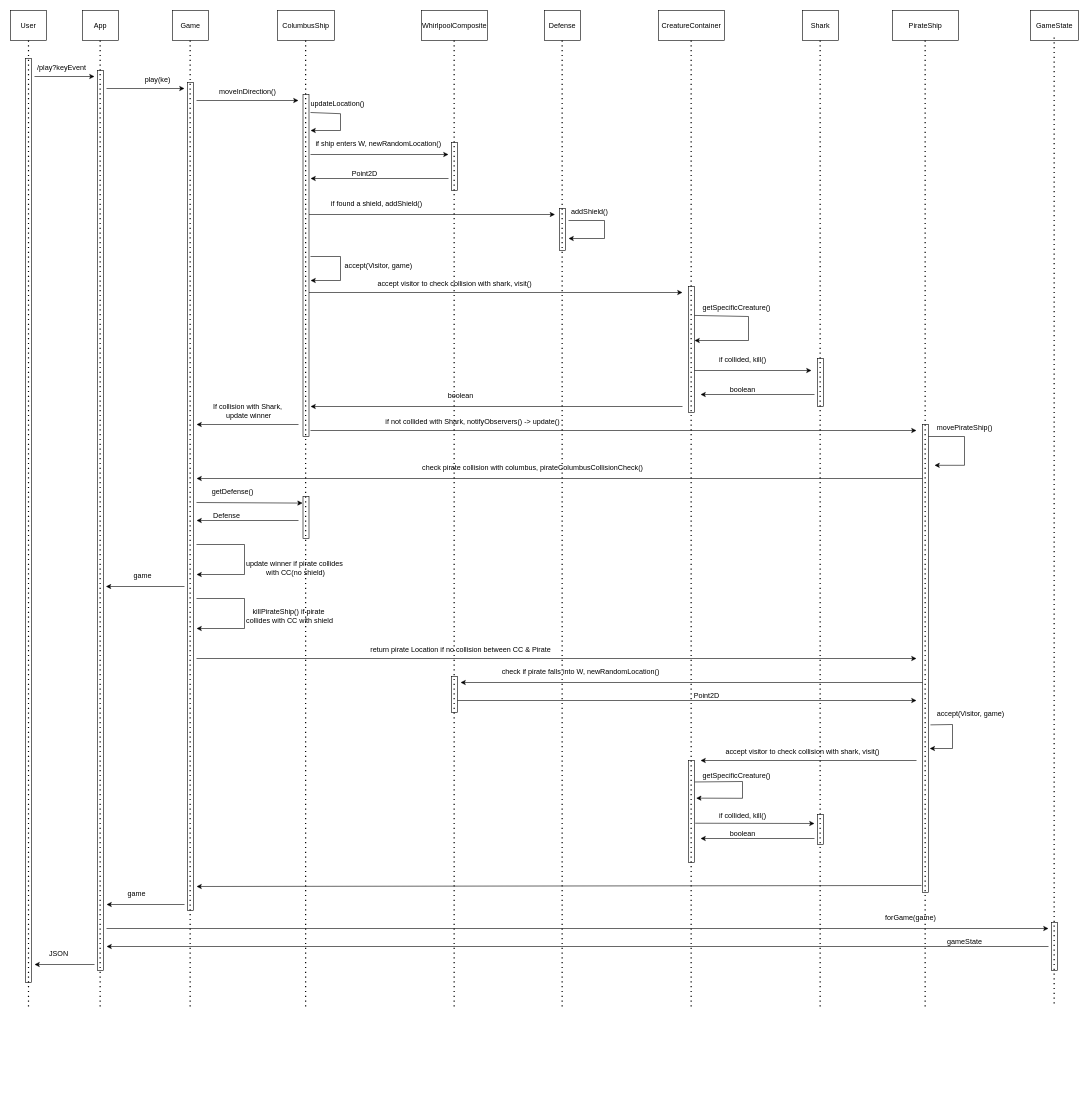
Before: Sequence Diagrams/play.drawio in CSCI-513-Spring25/final-project-group-projects-dinesh-venkata, a draw.io diagram. Source tidied: cells renumbered, new cells numbered last; positions are measured from the earlier drawing's top-left corner, leaving out a move shared by most shapes. Both pictures are drawn from the tidied source at 60%, with x=0, y=0 at pixel (10, 10).
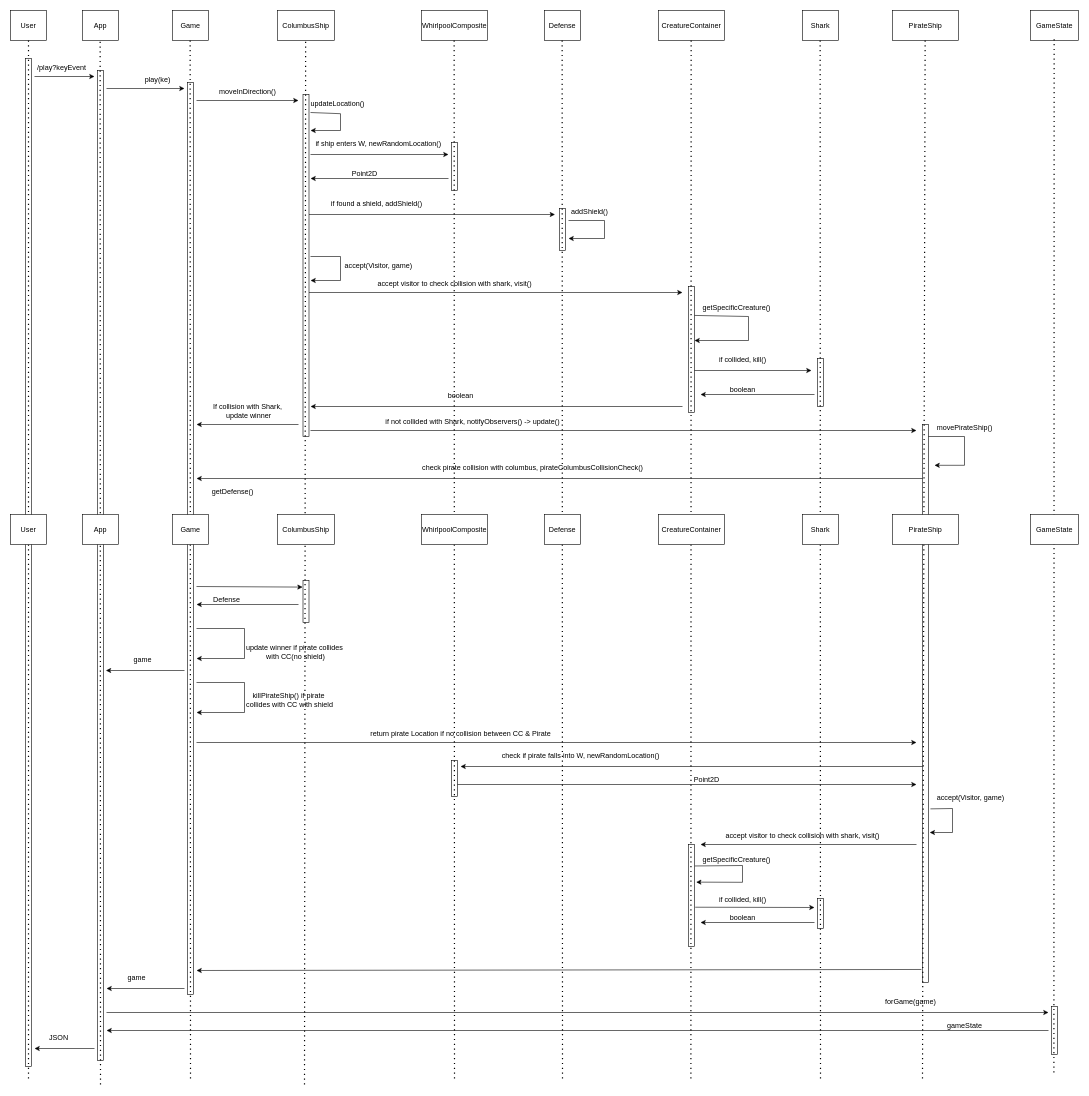
Above is the later version.

Commit message (it also covers changes not shown here):
Adding more code comments and adjusting Sequence diagram

Unchanged cells that the change refers to:
```xml
<mxCell id="2" value="User" style="rounded=0;whiteSpace=wrap;html=1;" parent="1" vertex="1">
  <mxGeometry width="60" height="50" as="geometry" />
</mxCell>
```

Change to the diagram source:
```diff
@@
     <mxCell id="7" style="rounded=0;whiteSpace=wrap;html=1;" parent="1" vertex="1">
-      <mxGeometry x="25" y="80" width="10" height="1540" as="geometry" />
+      <mxGeometry x="25" y="80" width="10" height="1680" as="geometry" />
     </mxCell>
     <mxCell id="8" style="rounded=0;whiteSpace=wrap;html=1;" parent="1" vertex="1">
-      <mxGeometry x="145" y="100" width="10" height="1500" as="geometry" />
+      <mxGeometry x="145" y="100" width="10" height="1650" as="geometry" />
     </mxCell>
@@
     <mxCell id="11" style="rounded=0;whiteSpace=wrap;html=1;" parent="1" vertex="1">
-      <mxGeometry x="295" y="120" width="10" height="1380" as="geometry" />
+      <mxGeometry x="295" y="120" width="10" height="1520" as="geometry" />
     </mxCell>
@@
     <mxCell id="49" style="rounded=0;whiteSpace=wrap;html=1;" parent="1" vertex="1">
-      <mxGeometry x="1520" y="690" width="10" height="780" as="geometry" />
+      <mxGeometry x="1520" y="690" width="10" height="930" as="geometry" />
     </mxCell>
@@
     <mxCell id="56" style="rounded=0;whiteSpace=wrap;html=1;" parent="1" vertex="1">
-      <mxGeometry x="487.5" y="810" width="10" height="70" as="geometry" />
+      <mxGeometry x="487.5" y="950" width="10" height="70" as="geometry" />
     </mxCell>
     <mxCell id="57" style="endArrow=classic;html=1;rounded=0;entryX=-0.07;entryY=0.157;entryDx=0;entryDy=0;entryPerimeter=0;" parent="1" edge="1" target="56">
       <mxGeometry relative="1" as="geometry">
-        <mxPoint x="310" y="820" as="sourcePoint" />
+        <mxPoint x="310" y="960" as="sourcePoint" />
       </mxGeometry>
     </mxCell>
@@
     <mxCell id="59" style="endArrow=classic;html=1;rounded=0;" parent="1" edge="1">
       <mxGeometry relative="1" as="geometry">
-        <mxPoint x="480" y="850" as="sourcePoint" />
-        <mxPoint x="310" y="850" as="targetPoint" />
+        <mxPoint x="480" y="990" as="sourcePoint" />
+        <mxPoint x="310" y="990" as="targetPoint" />
       </mxGeometry>
     </mxCell>
     <mxCell id="60" value="Defense" style="text;html=1;align=center;verticalAlign=middle;strokeColor=none;fillColor=none;" parent="1" vertex="1">
-      <mxGeometry x="325" y="828" width="70" height="30" as="geometry" />
+      <mxGeometry x="325" y="968" width="70" height="30" as="geometry" />
     </mxCell>
     <mxCell id="61" style="endArrow=classic;html=1;rounded=0;" parent="1" edge="1">
       <mxGeometry relative="1" as="geometry">
-        <mxPoint x="310" y="890" as="sourcePoint" />
-        <mxPoint x="310" y="940" as="targetPoint" />
+        <mxPoint x="310" y="1030" as="sourcePoint" />
+        <mxPoint x="310" y="1080" as="targetPoint" />
         <Array as="points">
-          <mxPoint x="390" y="890" />
-          <mxPoint x="390" y="940" />
+          <mxPoint x="390" y="1030" />
+          <mxPoint x="390" y="1080" />
         </Array>
       </mxGeometry>
     </mxCell>
     <mxCell id="62" value="update winner if pirate collides&amp;nbsp;&lt;div&gt;with CC(no shield)&lt;/div&gt;" style="text;html=1;align=center;verticalAlign=middle;strokeColor=none;fillColor=none;" parent="1" vertex="1">
-      <mxGeometry x="380" y="910" width="190" height="40" as="geometry" />
+      <mxGeometry x="380" y="1050" width="190" height="40" as="geometry" />
     </mxCell>
     <mxCell id="63" style="endArrow=classic;html=1;rounded=0;" parent="1" edge="1">
       <mxGeometry relative="1" as="geometry">
-        <mxPoint x="310" y="980" as="sourcePoint" />
-        <mxPoint x="310" y="1030" as="targetPoint" />
+        <mxPoint x="310" y="1120" as="sourcePoint" />
+        <mxPoint x="310" y="1170" as="targetPoint" />
         <Array as="points">
-          <mxPoint x="390" y="980" />
-          <mxPoint x="390" y="1030" />
+          <mxPoint x="390" y="1120" />
+          <mxPoint x="390" y="1170" />
         </Array>
       </mxGeometry>
     </mxCell>
     <mxCell id="64" value="killPirateShip() if pirate&amp;nbsp;&lt;div&gt;collides with CC with shield&lt;/div&gt;" style="text;html=1;align=center;verticalAlign=middle;strokeColor=none;fillColor=none;" parent="1" vertex="1">
-      <mxGeometry x="380" y="990" width="170" height="40" as="geometry" />
+      <mxGeometry x="380" y="1130" width="170" height="40" as="geometry" />
     </mxCell>
     <mxCell id="65" style="endArrow=classic;html=1;rounded=0;" parent="1" edge="1">
       <mxGeometry relative="1" as="geometry">
-        <mxPoint x="310" y="1080" as="sourcePoint" />
-        <mxPoint x="1510" y="1080" as="targetPoint" />
+        <mxPoint x="310" y="1220" as="sourcePoint" />
+        <mxPoint x="1510" y="1220" as="targetPoint" />
       </mxGeometry>
     </mxCell>
     <mxCell id="66" value="return pirate Location if no collision between CC &amp;amp; Pirate" style="text;html=1;align=center;verticalAlign=middle;strokeColor=none;fillColor=none;" parent="1" vertex="1">
-      <mxGeometry x="590" y="1050" width="320" height="30" as="geometry" />
+      <mxGeometry x="590" y="1190" width="320" height="30" as="geometry" />
     </mxCell>
     <mxCell id="67" style="rounded=0;whiteSpace=wrap;html=1;" parent="1" vertex="1">
-      <mxGeometry x="735" y="1110" width="10" height="60" as="geometry" />
+      <mxGeometry x="735" y="1250" width="10" height="60" as="geometry" />
     </mxCell>
     <mxCell id="68" style="endArrow=classic;html=1;rounded=0;" parent="1" edge="1">
       <mxGeometry relative="1" as="geometry">
-        <mxPoint x="1520" y="1120" as="sourcePoint" />
-        <mxPoint x="750" y="1120" as="targetPoint" />
+        <mxPoint x="1520" y="1260" as="sourcePoint" />
+        <mxPoint x="750" y="1260" as="targetPoint" />
       </mxGeometry>
     </mxCell>
     <mxCell id="69" value="check if pirate falls into W, newRandomLocation()" style="text;html=1;align=center;verticalAlign=middle;strokeColor=none;fillColor=none;" parent="1" vertex="1">
-      <mxGeometry x="805" y="1088" width="290" height="30" as="geometry" />
+      <mxGeometry x="805" y="1228" width="290" height="30" as="geometry" />
     </mxCell>
     <mxCell id="70" style="endArrow=classic;html=1;rounded=0;" parent="1" edge="1">
       <mxGeometry relative="1" as="geometry">
-        <mxPoint x="745" y="1150" as="sourcePoint" />
-        <mxPoint x="1510" y="1150" as="targetPoint" />
+        <mxPoint x="745" y="1290" as="sourcePoint" />
+        <mxPoint x="1510" y="1290" as="targetPoint" />
       </mxGeometry>
     </mxCell>
     <mxCell id="71" value="Point2D" style="text;html=1;align=center;verticalAlign=middle;strokeColor=none;fillColor=none;" parent="1" vertex="1">
-      <mxGeometry x="1125" y="1128" width="70" height="30" as="geometry" />
+      <mxGeometry x="1125" y="1268" width="70" height="30" as="geometry" />
     </mxCell>
     <mxCell id="72" style="rounded=0;whiteSpace=wrap;html=1;" parent="1" vertex="1">
-      <mxGeometry x="1130" y="1250" width="10" height="170" as="geometry" />
+      <mxGeometry x="1130" y="1390" width="10" height="170" as="geometry" />
     </mxCell>
     <mxCell id="73" value="accept(Visitor, game)" style="text;html=1;align=center;verticalAlign=middle;points=[];strokeColor=none;fillColor=none;" parent="1" vertex="1">
-      <mxGeometry x="1530" y="1158" width="140" height="30" as="geometry" />
+      <mxGeometry x="1530" y="1298" width="140" height="30" as="geometry" />
     </mxCell>
     <mxCell id="74" style="endArrow=classic;html=1;rounded=0;exitX=0.023;exitY=1.087;exitDx=0;exitDy=0;exitPerimeter=0;" parent="1" edge="1" source="73">
       <mxGeometry relative="1" as="geometry">
-        <mxPoint x="1532" y="1230" as="targetPoint" />
+        <mxPoint x="1532" y="1370" as="targetPoint" />
         <Array as="points">
-          <mxPoint x="1570" y="1190" />
-          <mxPoint x="1570" y="1230" />
+          <mxPoint x="1570" y="1330" />
+          <mxPoint x="1570" y="1370" />
         </Array>
       </mxGeometry>
     </mxCell>
     <mxCell id="75" style="endArrow=classic;html=1;rounded=0;" parent="1" edge="1">
       <mxGeometry relative="1" as="geometry">
-        <mxPoint x="1510" y="1250" as="sourcePoint" />
-        <mxPoint x="1150" y="1250" as="targetPoint" />
+        <mxPoint x="1510" y="1390" as="sourcePoint" />
+        <mxPoint x="1150" y="1390" as="targetPoint" />
       </mxGeometry>
     </mxCell>
     <mxCell id="76" value="accept visitor to check collision with shark, visit()" style="text;html=1;align=center;verticalAlign=middle;strokeColor=none;fillColor=none;" parent="1" vertex="1">
-      <mxGeometry x="1180" y="1220" width="280" height="30" as="geometry" />
+      <mxGeometry x="1180" y="1360" width="280" height="30" as="geometry" />
     </mxCell>
     <mxCell id="77" style="endArrow=classic;html=1;rounded=0;exitX=0.003;exitY=0.86;exitDx=0;exitDy=0;exitPerimeter=0;entryX=1.28;entryY=0.369;entryDx=0;entryDy=0;entryPerimeter=0;" parent="1" edge="1" source="78" target="72">
       <mxGeometry relative="1" as="geometry">
         <Array as="points">
-          <mxPoint x="1220" y="1285" />
-          <mxPoint x="1220" y="1313" />
+          <mxPoint x="1220" y="1425" />
+          <mxPoint x="1220" y="1453" />
         </Array>
       </mxGeometry>
     </mxCell>
     <mxCell id="78" value="getSpecificCreature()" style="text;html=1;align=center;verticalAlign=middle;points=[];strokeColor=none;fillColor=none;" parent="1" vertex="1">
-      <mxGeometry x="1140" y="1260" width="140" height="30" as="geometry" />
+      <mxGeometry x="1140" y="1400" width="140" height="30" as="geometry" />
     </mxCell>
     <mxCell id="79" style="rounded=0;whiteSpace=wrap;html=1;" parent="1" vertex="1">
-      <mxGeometry x="1345" y="1340" width="10" height="50" as="geometry" />
+      <mxGeometry x="1345" y="1480" width="10" height="50" as="geometry" />
     </mxCell>
     <mxCell id="80" style="endArrow=classic;html=1;rounded=0;exitX=1.12;exitY=0.615;exitDx=0;exitDy=0;exitPerimeter=0;" parent="1" edge="1" source="72">
       <mxGeometry relative="1" as="geometry">
-        <mxPoint x="1340" y="1355" as="targetPoint" />
+        <mxPoint x="1340" y="1495" as="targetPoint" />
       </mxGeometry>
     </mxCell>
     <mxCell id="81" value="if collided, kill()" style="text;html=1;align=center;verticalAlign=middle;strokeColor=none;fillColor=none;" parent="1" vertex="1">
-      <mxGeometry x="1170" y="1328" width="100" height="30" as="geometry" />
+      <mxGeometry x="1170" y="1468" width="100" height="30" as="geometry" />
     </mxCell>
     <mxCell id="82" style="endArrow=classic;html=1;rounded=0;" parent="1" edge="1">
       <mxGeometry relative="1" as="geometry">
-        <mxPoint x="1340" y="1380" as="sourcePoint" />
-        <mxPoint x="1150" y="1380" as="targetPoint" />
+        <mxPoint x="1340" y="1520" as="sourcePoint" />
+        <mxPoint x="1150" y="1520" as="targetPoint" />
       </mxGeometry>
     </mxCell>
     <mxCell id="83" value="boolean" style="text;html=1;align=center;verticalAlign=middle;strokeColor=none;fillColor=none;" parent="1" vertex="1">
-      <mxGeometry x="1185" y="1358" width="70" height="30" as="geometry" />
+      <mxGeometry x="1185" y="1498" width="70" height="30" as="geometry" />
     </mxCell>
-    <mxCell id="84" style="endArrow=classic;html=1;rounded=0;exitX=-0.178;exitY=0.985;exitDx=0;exitDy=0;exitPerimeter=0;" parent="1" edge="1" source="49">
+    <mxCell id="84" style="endArrow=classic;html=1;rounded=0;exitX=-0.178;exitY=0.985;exitDx=0;exitDy=0;exitPerimeter=0;" parent="1" edge="1">
       <mxGeometry relative="1" as="geometry">
-        <mxPoint x="310" y="1460" as="targetPoint" />
+        <mxPoint x="1518.2" y="1598.3" as="sourcePoint" />
+        <mxPoint x="310" y="1600" as="targetPoint" />
       </mxGeometry>
     </mxCell>
     <mxCell id="85" style="endArrow=classic;html=1;rounded=0;" parent="1" edge="1">
       <mxGeometry relative="1" as="geometry">
-        <mxPoint x="290" y="1490" as="sourcePoint" />
-        <mxPoint x="160" y="1490" as="targetPoint" />
+        <mxPoint x="290" y="1630" as="sourcePoint" />
+        <mxPoint x="160" y="1630" as="targetPoint" />
       </mxGeometry>
     </mxCell>
     <mxCell id="86" value="game" style="text;html=1;align=center;verticalAlign=middle;strokeColor=none;fillColor=none;" parent="1" vertex="1">
-      <mxGeometry x="185" y="1458" width="50" height="30" as="geometry" />
+      <mxGeometry x="185" y="1598" width="50" height="30" as="geometry" />
     </mxCell>
@@
     <mxCell id="88" style="endArrow=classic;html=1;rounded=0;" parent="1" edge="1">
       <mxGeometry relative="1" as="geometry">
-        <mxPoint x="160" y="1530" as="sourcePoint" />
-        <mxPoint x="1730" y="1530" as="targetPoint" />
+        <mxPoint x="160" y="1670" as="sourcePoint" />
+        <mxPoint x="1730" y="1670" as="targetPoint" />
       </mxGeometry>
     </mxCell>
     <mxCell id="89" style="rounded=0;whiteSpace=wrap;html=1;" parent="1" vertex="1">
-      <mxGeometry x="1735" y="1520" width="10" height="80" as="geometry" />
+      <mxGeometry x="1735" y="1660" width="10" height="80" as="geometry" />
     </mxCell>
     <mxCell id="90" value="forGame(game)" style="text;html=1;align=center;verticalAlign=middle;strokeColor=none;fillColor=none;" parent="1" vertex="1">
-      <mxGeometry x="1445" y="1498" width="110" height="30" as="geometry" />
+      <mxGeometry x="1445" y="1638" width="110" height="30" as="geometry" />
     </mxCell>
     <mxCell id="91" style="endArrow=classic;html=1;rounded=0;" parent="1" edge="1">
       <mxGeometry relative="1" as="geometry">
-        <mxPoint x="1730" y="1560" as="sourcePoint" />
-        <mxPoint x="160" y="1560" as="targetPoint" />
+        <mxPoint x="1730" y="1700" as="sourcePoint" />
+        <mxPoint x="160" y="1700" as="targetPoint" />
       </mxGeometry>
     </mxCell>
     <mxCell id="92" value="gameState" style="text;html=1;align=center;verticalAlign=middle;strokeColor=none;fillColor=none;" parent="1" vertex="1">
-      <mxGeometry x="1550" y="1538" width="80" height="30" as="geometry" />
+      <mxGeometry x="1550" y="1678" width="80" height="30" as="geometry" />
     </mxCell>
     <mxCell id="93" style="endArrow=classic;html=1;rounded=0;" parent="1" edge="1">
       <mxGeometry relative="1" as="geometry">
-        <mxPoint x="140" y="1590" as="sourcePoint" />
-        <mxPoint x="40" y="1590" as="targetPoint" />
+        <mxPoint x="140" y="1730" as="sourcePoint" />
+        <mxPoint x="40" y="1730" as="targetPoint" />
       </mxGeometry>
     </mxCell>
     <mxCell id="94" value="JSON" style="text;html=1;align=center;verticalAlign=middle;strokeColor=none;fillColor=none;" parent="1" vertex="1">
-      <mxGeometry x="50" y="1558" width="60" height="30" as="geometry" />
+      <mxGeometry x="50" y="1698" width="60" height="30" as="geometry" />
     </mxCell>
     <mxCell id="95" style="endArrow=none;dashed=1;html=1;dashPattern=1 3;strokeWidth=2;rounded=0;entryX=0.5;entryY=1;entryDx=0;entryDy=0;" parent="1" edge="1" target="2">
       <mxGeometry relative="1" as="geometry">
-        <mxPoint x="30" y="1660" as="sourcePoint" />
+        <mxPoint x="30" y="1780" as="sourcePoint" />
       </mxGeometry>
     </mxCell>
     <mxCell id="96" style="endArrow=none;dashed=1;html=1;dashPattern=1 3;strokeWidth=2;rounded=0;entryX=0.5;entryY=1;entryDx=0;entryDy=0;" parent="1" edge="1">
       <mxGeometry relative="1" as="geometry">
-        <mxPoint x="149.4" y="1660" as="sourcePoint" />
+        <mxPoint x="150" y="1790" as="sourcePoint" />
         <mxPoint x="149.4" y="50" as="targetPoint" />
       </mxGeometry>
     </mxCell>
     <mxCell id="97" style="endArrow=none;dashed=1;html=1;dashPattern=1 3;strokeWidth=2;rounded=0;entryX=0.5;entryY=1;entryDx=0;entryDy=0;" parent="1" edge="1">
       <mxGeometry relative="1" as="geometry">
-        <mxPoint x="299.4" y="1660" as="sourcePoint" />
+        <mxPoint x="300" y="1780" as="sourcePoint" />
         <mxPoint x="299.4" y="50" as="targetPoint" />
       </mxGeometry>
     </mxCell>
     <mxCell id="98" style="endArrow=none;dashed=1;html=1;dashPattern=1 3;strokeWidth=2;rounded=0;entryX=0.5;entryY=1;entryDx=0;entryDy=0;" parent="1" edge="1">
       <mxGeometry relative="1" as="geometry">
-        <mxPoint x="491.9" y="1660" as="sourcePoint" />
+        <mxPoint x="490" y="1790" as="sourcePoint" />
         <mxPoint x="491.9" y="50" as="targetPoint" />
       </mxGeometry>
     </mxCell>
     <mxCell id="99" style="endArrow=none;dashed=1;html=1;dashPattern=1 3;strokeWidth=2;rounded=0;entryX=0.5;entryY=1;entryDx=0;entryDy=0;" parent="1" edge="1">
       <mxGeometry relative="1" as="geometry">
-        <mxPoint x="739.4" y="1660" as="sourcePoint" />
+        <mxPoint x="740" y="1780" as="sourcePoint" />
         <mxPoint x="739.4" y="50" as="targetPoint" />
       </mxGeometry>
     </mxCell>
     <mxCell id="100" style="endArrow=none;dashed=1;html=1;dashPattern=1 3;strokeWidth=2;rounded=0;entryX=0.5;entryY=1;entryDx=0;entryDy=0;" parent="1" edge="1">
       <mxGeometry relative="1" as="geometry">
-        <mxPoint x="919.4" y="1660" as="sourcePoint" />
+        <mxPoint x="920" y="1780" as="sourcePoint" />
         <mxPoint x="919.4" y="50" as="targetPoint" />
       </mxGeometry>
     </mxCell>
     <mxCell id="101" style="endArrow=none;dashed=1;html=1;dashPattern=1 3;strokeWidth=2;rounded=0;entryX=0.5;entryY=1;entryDx=0;entryDy=0;" parent="1" edge="1">
       <mxGeometry relative="1" as="geometry">
-        <mxPoint x="1134.4" y="1660" as="sourcePoint" />
+        <mxPoint x="1134" y="1780" as="sourcePoint" />
         <mxPoint x="1134.4" y="50" as="targetPoint" />
       </mxGeometry>
     </mxCell>
     <mxCell id="102" style="endArrow=none;dashed=1;html=1;dashPattern=1 3;strokeWidth=2;rounded=0;entryX=0.5;entryY=1;entryDx=0;entryDy=0;" parent="1" edge="1">
       <mxGeometry relative="1" as="geometry">
-        <mxPoint x="1349.4" y="1660" as="sourcePoint" />
+        <mxPoint x="1350" y="1780" as="sourcePoint" />
         <mxPoint x="1349.4" y="50" as="targetPoint" />
       </mxGeometry>
     </mxCell>
     <mxCell id="103" style="endArrow=none;dashed=1;html=1;dashPattern=1 3;strokeWidth=2;rounded=0;entryX=0.5;entryY=1;entryDx=0;entryDy=0;" parent="1" edge="1">
       <mxGeometry relative="1" as="geometry">
-        <mxPoint x="1524.4" y="1660" as="sourcePoint" />
+        <mxPoint x="1520" y="1780" as="sourcePoint" />
         <mxPoint x="1524.4" y="50" as="targetPoint" />
       </mxGeometry>
     </mxCell>
     <mxCell id="104" style="endArrow=none;dashed=1;html=1;dashPattern=1 3;strokeWidth=2;rounded=0;entryX=0.5;entryY=1;entryDx=0;entryDy=0;" parent="1" edge="1">
       <mxGeometry relative="1" as="geometry">
-        <mxPoint x="1739.4" y="1655" as="sourcePoint" />
+        <mxPoint x="1739" y="1770" as="sourcePoint" />
         <mxPoint x="1739.4" y="45" as="targetPoint" />
       </mxGeometry>
     </mxCell>
     <mxCell id="105" style="endArrow=classic;html=1;rounded=0;" parent="1" edge="1">
       <mxGeometry relative="1" as="geometry">
-        <mxPoint x="290" y="960" as="sourcePoint" />
-        <mxPoint x="159" y="960" as="targetPoint" />
+        <mxPoint x="290" y="1100" as="sourcePoint" />
+        <mxPoint x="159" y="1100" as="targetPoint" />
       </mxGeometry>
     </mxCell>
     <mxCell id="106" value="game" style="text;html=1;align=center;verticalAlign=middle;strokeColor=none;fillColor=none;" parent="1" vertex="1">
-      <mxGeometry x="195" y="928" width="50" height="30" as="geometry" />
+      <mxGeometry x="195" y="1068" width="50" height="30" as="geometry" />
     </mxCell>
+    <mxCell id="107" value="User" style="rounded=0;whiteSpace=wrap;html=1;" parent="1" vertex="1">
+      <mxGeometry y="840" width="60" height="50" as="geometry" />
+    </mxCell>
+    <mxCell id="108" value="Defense" style="rounded=0;whiteSpace=wrap;html=1;" parent="1" vertex="1">
+      <mxGeometry x="890" y="840" width="60" height="50" as="geometry" />
+    </mxCell>
+    <mxCell id="109" value="Game" style="rounded=0;whiteSpace=wrap;html=1;" parent="1" vertex="1">
+      <mxGeometry x="270" y="840" width="60" height="50" as="geometry" />
+    </mxCell>
+    <mxCell id="110" value="ColumbusShip" style="rounded=0;whiteSpace=wrap;html=1;" parent="1" vertex="1">
+      <mxGeometry x="445" y="840" width="95" height="50" as="geometry" />
+    </mxCell>
+    <mxCell id="111" value="App" style="rounded=0;whiteSpace=wrap;html=1;" parent="1" vertex="1">
+      <mxGeometry x="120" y="840" width="60" height="50" as="geometry" />
+    </mxCell>
+    <mxCell id="112" value="WhirlpoolComposite" style="rounded=0;whiteSpace=wrap;html=1;" parent="1" vertex="1">
+      <mxGeometry x="685" y="840" width="110" height="50" as="geometry" />
+    </mxCell>
+    <mxCell id="113" value="CreatureContainer" style="rounded=0;whiteSpace=wrap;html=1;" parent="1" vertex="1">
+      <mxGeometry x="1080" y="840" width="110" height="50" as="geometry" />
+    </mxCell>
+    <mxCell id="114" value="Shark" style="rounded=0;whiteSpace=wrap;html=1;" parent="1" vertex="1">
+      <mxGeometry x="1320" y="840" width="60" height="50" as="geometry" />
+    </mxCell>
+    <mxCell id="115" value="PirateShip" style="rounded=0;whiteSpace=wrap;html=1;" parent="1" vertex="1">
+      <mxGeometry x="1470" y="840" width="110" height="50" as="geometry" />
+    </mxCell>
+    <mxCell id="116" value="GameState" style="rounded=0;whiteSpace=wrap;html=1;" parent="1" vertex="1">
+      <mxGeometry x="1700" y="840" width="80" height="50" as="geometry" />
+    </mxCell>
```
